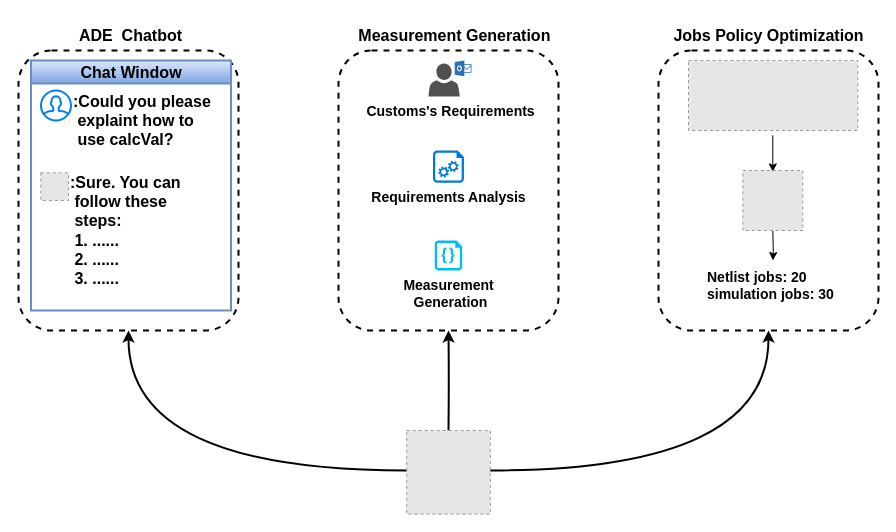
The draw.io diagram ADE_copilot/drawio/ADE_copilot/WhatCanADECopilotCanDo.drawio in xpc123/forSync, before the edit. Source tidied: cells renumbered, new cells numbered last; positions are measured from the earlier drawing's top-left corner, leaving out a move shared by most shapes. Both pictures are drawn from the tidied source at 100%, with x=0, y=0 at pixel (18, 20). Pictures stored in the file or linked from it are replaced by grey dashed boxes.
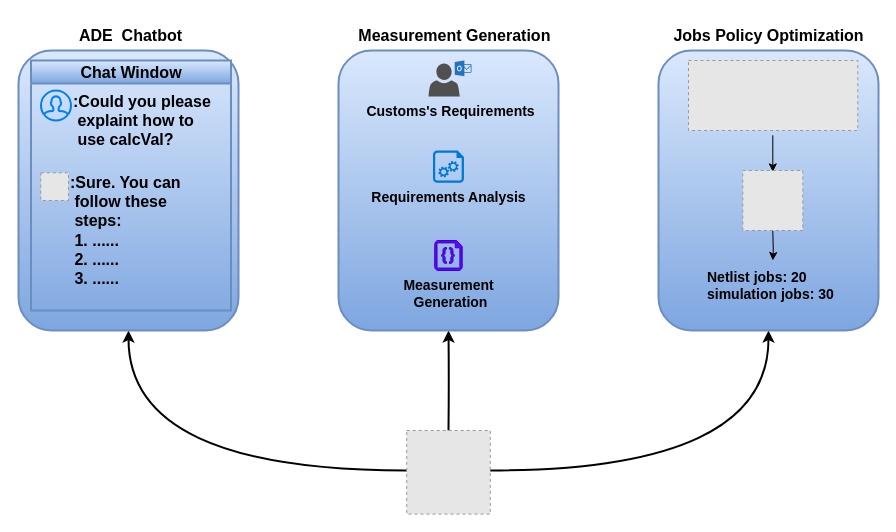
The same diagram, later.

Diff of the diagram source:
```diff
@@
-    <mxCell id="5" style="rounded=1;whiteSpace=wrap;html=1;dashed=1;strokeWidth=2;" parent="1" vertex="1">
+    <mxCell id="5" style="rounded=1;whiteSpace=wrap;html=1;strokeWidth=2;fillColor=#dae8fc;strokeColor=#6c8ebf;gradientColor=#7ea6e0;" parent="1" vertex="1">
       <mxGeometry y="30" width="220" height="280" as="geometry" />
     </mxCell>
-    <mxCell id="6" style="rounded=1;whiteSpace=wrap;html=1;dashed=1;strokeWidth=2;" parent="1" vertex="1">
+    <mxCell id="6" style="rounded=1;whiteSpace=wrap;html=1;strokeWidth=2;fillColor=#dae8fc;strokeColor=#6c8ebf;gradientColor=#7ea6e0;" parent="1" vertex="1">
       <mxGeometry x="320" y="30" width="220" height="280" as="geometry" />
     </mxCell>
-    <mxCell id="7" style="rounded=1;whiteSpace=wrap;html=1;dashed=1;strokeWidth=2;" parent="1" vertex="1">
+    <mxCell id="7" style="rounded=1;whiteSpace=wrap;html=1;strokeWidth=2;fillColor=#dae8fc;strokeColor=#6c8ebf;gradientColor=#7ea6e0;" parent="1" vertex="1">
       <mxGeometry x="640" y="30" width="220" height="280" as="geometry" />
     </mxCell>
@@
-    <mxCell id="16" value="&lt;b style=&quot;font-size: 14px;&quot;&gt;Measurement&lt;br&gt;&amp;nbsp;Generation&lt;/b&gt;" style="verticalLabelPosition=bottom;html=1;verticalAlign=top;align=center;strokeColor=none;fillColor=#00BEF2;shape=mxgraph.azure.code_file;" parent="1" vertex="1">
+    <mxCell id="16" value="&lt;b style=&quot;font-size: 14px;&quot;&gt;&lt;font color=&quot;#000000&quot;&gt;Measurement&lt;br&gt;&amp;nbsp;Generation&lt;/font&gt;&lt;/b&gt;" style="verticalLabelPosition=bottom;html=1;verticalAlign=top;align=center;strokeColor=#3700CC;fillColor=#6a00ff;shape=mxgraph.azure.code_file;strokeWidth=1;fontColor=#ffffff;" parent="1" vertex="1">
       <mxGeometry x="416.2" y="220" width="27.5" height="30" as="geometry" />
     </mxCell>
```
